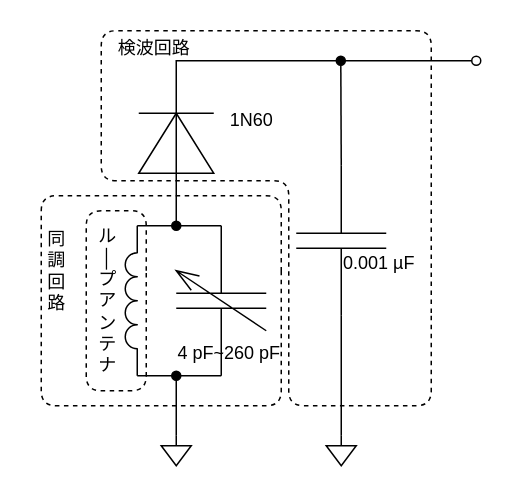
Above: page "radio" (3 of 11) of python/fig.drawio in m20079/AM-radio (draw.io), before the change. Source tidied: cells renumbered, new cells numbered last; positions are measured from the earlier drawing's top-left corner, leaving out a move shared by most shapes. Both pictures are drawn from the tidied source at 150%, with x=0, y=0 at pixel (26, 26).
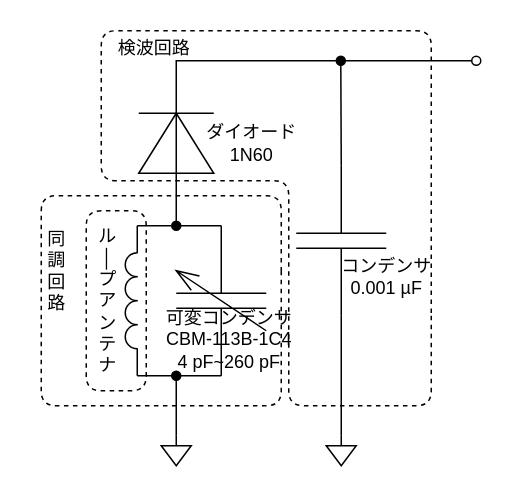
After the change.

Diff of the diagram source:
```diff
@@
-    <mxCell id="12" value="0.001 µF" style="text;html=1;align=center;verticalAlign=middle;strokeColor=none;fillColor=none;" parent="1" vertex="1">
-      <mxGeometry x="200" y="143" width="70" height="30" as="geometry" />
+    <mxCell id="12" value="コンデンサ&lt;br&gt;0.001 µF" style="text;html=1;align=center;verticalAlign=middle;strokeColor=none;fillColor=none;" parent="1" vertex="1">
+      <mxGeometry x="200" y="147" width="80" height="40" as="geometry" />
     </mxCell>
-    <mxCell id="13" value="4 pF~260 pF" style="text;html=1;align=center;verticalAlign=middle;strokeColor=none;fillColor=none;" parent="1" vertex="1">
-      <mxGeometry x="90" y="203" width="90" height="30" as="geometry" />
-    </mxCell>
@@
-    <mxCell id="21" value="1N60" style="text;html=1;align=center;verticalAlign=middle;strokeColor=none;fillColor=none;" parent="1" vertex="1">
-      <mxGeometry x="125" y="48" width="50" height="30" as="geometry" />
+    <mxCell id="21" value="ダイオード&lt;br style=&quot;border-color: var(--border-color);&quot;&gt;1N60" style="text;html=1;align=center;verticalAlign=middle;strokeColor=none;fillColor=none;" parent="1" vertex="1">
+      <mxGeometry x="110" y="58" width="80" height="40" as="geometry" />
     </mxCell>
@@
+    <mxCell id="24" value="可変コンデンサ&lt;br&gt;CBM-113B-1C4&lt;br&gt;4 pF~260 pF" style="text;html=1;align=center;verticalAlign=middle;strokeColor=none;fillColor=none;" parent="1" vertex="1">
+      <mxGeometry x="80" y="179" width="110" height="60" as="geometry" />
+    </mxCell>
```
